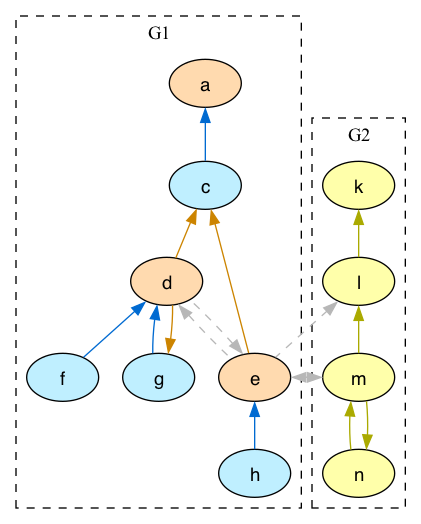
Before: lib/graphs/arg_graph_colored.png, a diagram exported from Graphviz (idaks/Games-and-Argumentation). Its source is kept beside it as lib/graphs/arg_graph_colored.dot.
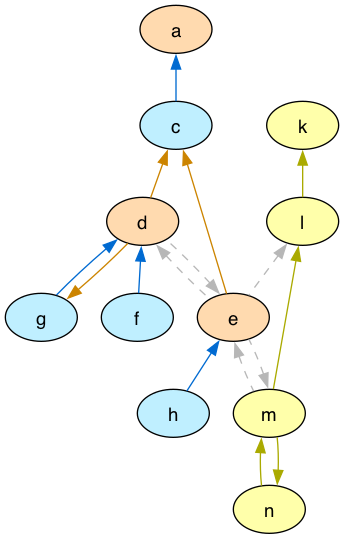
The same file after the commit.

What changed in the source:
```diff
@@ -1,14 +1,8 @@
 digraph G {
   node [shape=oval style=filled fontname=Helvetica fontsize=14]
-  subgraph cluster_g1{
-  label = "G1"; color = black; style ="dashed";
-    node [fillcolor="#ffdaaf" fontcolor="#000000"] a d e;
-    node [fillcolor="#bfefff" fontcolor="#000000"] c f g h;
-  }
-  subgraph cluster_g2{
-  label = "G2"; color = black; style ="dashed";
-    node [fillcolor="#FFFFAA" fontcolor="#000000"] k l m n;
-  }
+  node [fillcolor="#ffdaaf" fontcolor="#000000"] a d e;
+  node [fillcolor="#bfefff" fontcolor="#000000"] c f g h;
+  node [fillcolor="#FFFFAA" fontcolor="#000000"] k l m n;
   edge [dir=back, color="#006ad1", style="solid"]
         "a" -> "c";
         "d" -> "f";
```
